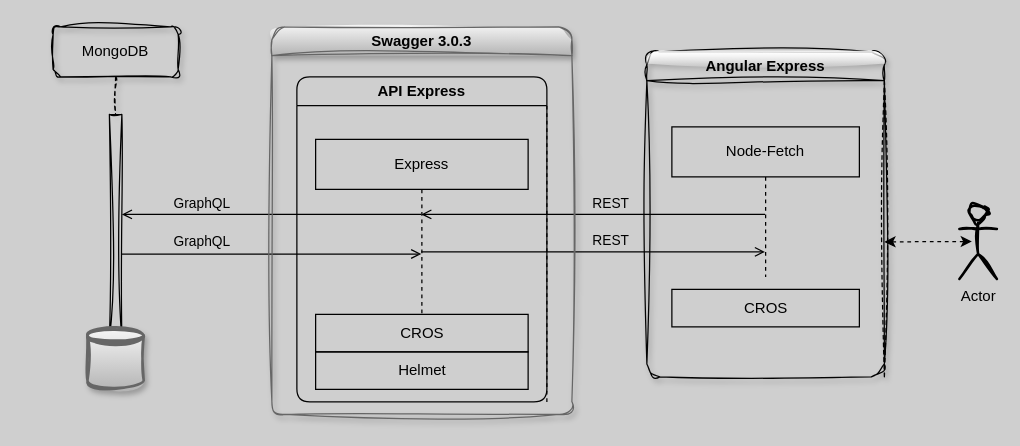
This is assets/architecture.drawio from karol-preiskorn/3d-inventory-api, a draw.io file, before an edit. Source tidied: cells renumbered, new cells numbered last; positions are measured from the earlier drawing's top-left corner, leaving out a move shared by most shapes. Both pictures are drawn from the tidied source at 125%, with x=0, y=0 at pixel (52, 26).
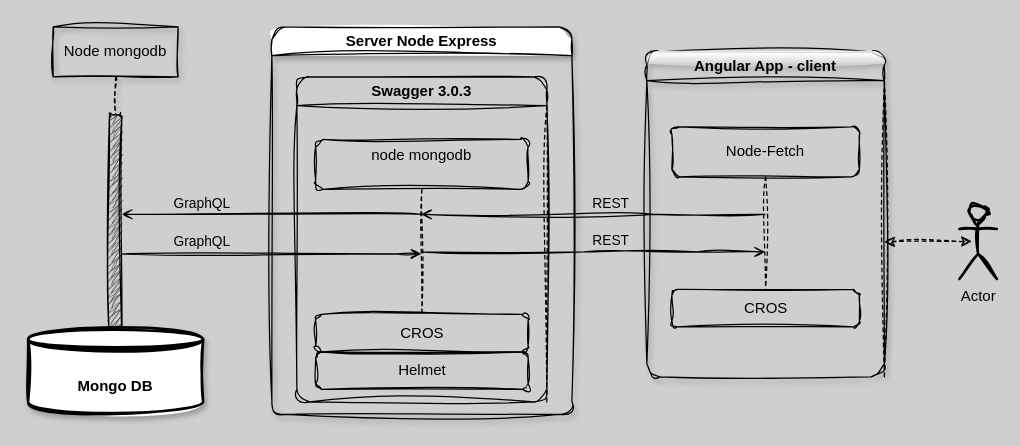
After the change.

Diff of the diagram source:
```diff
@@
-    <mxCell id="2" value="&lt;div&gt;MongoDB&lt;/div&gt;" style="shape=umlLifeline;perimeter=lifelinePerimeter;whiteSpace=wrap;html=1;newEdgeStyle={&quot;edgeStyle&quot;:&quot;elbowEdgeStyle&quot;,&quot;elbow&quot;:&quot;vertical&quot;,&quot;curved&quot;:0,&quot;rounded&quot;:0};labelBorderColor=none;labelBackgroundColor=none;fontColor=#000000;rounded=1;fillStyle=solid;fillColor=none;strokeColor=#000000;glass=1;sketch=1;curveFitting=1;jiggle=2;shadow=1;" parent="1" vertex="1">
+    <mxCell id="2" value="&lt;div&gt;Node mongodb&lt;/div&gt;" style="shape=umlLifeline;perimeter=lifelinePerimeter;whiteSpace=wrap;html=1;newEdgeStyle={&quot;edgeStyle&quot;:&quot;elbowEdgeStyle&quot;,&quot;elbow&quot;:&quot;vertical&quot;,&quot;curved&quot;:0,&quot;rounded&quot;:0};labelBorderColor=none;labelBackgroundColor=none;rounded=0;fillStyle=solid;fillColor=none;glass=1;shadow=1;sketch=1;curveFitting=1;jiggle=2;" parent="1" vertex="1">
       <mxGeometry width="100" height="70" as="geometry" />
     </mxCell>
-    <mxCell id="3" style="html=1;points=[];perimeter=orthogonalPerimeter;outlineConnect=0;targetShapes=umlLifeline;portConstraint=eastwest;newEdgeStyle={&quot;edgeStyle&quot;:&quot;elbowEdgeStyle&quot;,&quot;elbow&quot;:&quot;vertical&quot;,&quot;curved&quot;:0,&quot;rounded&quot;:0};labelBorderColor=none;labelBackgroundColor=none;fontColor=#000000;fillColor=none;strokeColor=#000000;strokeWidth=1;rounded=0;glass=0;sketch=1;curveFitting=1;jiggle=2;" parent="2" vertex="1">
+    <mxCell id="3" style="html=1;points=[];perimeter=orthogonalPerimeter;outlineConnect=0;targetShapes=umlLifeline;portConstraint=eastwest;newEdgeStyle={&quot;edgeStyle&quot;:&quot;elbowEdgeStyle&quot;,&quot;elbow&quot;:&quot;vertical&quot;,&quot;curved&quot;:0,&quot;rounded&quot;:0};labelBorderColor=none;labelBackgroundColor=none;fillColor=#4D4D4D;strokeWidth=1;rounded=1;glass=0;sketch=1;curveFitting=1;jiggle=2;gradientColor=none;fillStyle=zigzag;" parent="2" vertex="1">
       <mxGeometry x="45" y="70" width="10" height="180" as="geometry" />
     </mxCell>
-    <mxCell id="4" value="API Express" style="swimlane;whiteSpace=wrap;html=1;rounded=1;shadow=0;labelBorderColor=none;labelBackgroundColor=none;fontColor=#000000;separatorColor=#000000;fillColor=none;strokeColor=#030303;" parent="1" vertex="1">
-      <mxGeometry x="195" y="40" width="200" height="260" as="geometry" />
-    </mxCell>
-    <mxCell id="5" style="endArrow=open;html=1;endFill=0;shadow=0;startArrow=none;startFill=0;strokeColor=#000000;strokeWidth=1;rounded=0;labelBorderColor=none;labelBackgroundColor=none;fontColor=#000000;" parent="1" edge="1" source="3" target="19">
+    <mxCell id="5" style="endArrow=open;html=1;endFill=0;shadow=0;startArrow=none;startFill=0;strokeWidth=1;rounded=0;labelBorderColor=none;labelBackgroundColor=none;fontColor=default;sketch=1;curveFitting=1;jiggle=2;" parent="1" edge="1" source="3" target="19">
       <mxGeometry relative="1" as="geometry">
         <Array as="points">
           <mxPoint x="275.5" y="181.7" />
         </Array>
       </mxGeometry>
     </mxCell>
-    <mxCell id="6" value="GraphQL" style="edgeLabel;html=1;align=center;verticalAlign=middle;labelBorderColor=none;labelBackgroundColor=none;fontColor=#000000;" parent="5" vertex="1">
+    <mxCell id="6" value="GraphQL" style="edgeLabel;html=1;align=center;verticalAlign=middle;labelBorderColor=none;labelBackgroundColor=none;rounded=0;sketch=1;curveFitting=1;jiggle=2;" parent="5" vertex="1">
       <mxGeometry x="-0.61" y="2" relative="1" as="geometry">
         <mxPoint x="16" y="-8" as="offset" />
       </mxGeometry>
     </mxCell>
-    <mxCell id="7" value="Actor" style="shape=umlActor;verticalLabelPosition=bottom;verticalAlign=top;html=1;labelBorderColor=none;labelBackgroundColor=none;fontColor=#000000;strokeColor=#000000;fillColor=none;sketch=1;curveFitting=1;jiggle=2;strokeWidth=2;" parent="1" vertex="1">
+    <mxCell id="7" value="Actor" style="shape=umlActor;verticalLabelPosition=bottom;verticalAlign=top;html=1;labelBorderColor=none;labelBackgroundColor=none;fillColor=none;strokeWidth=2;rounded=0;sketch=1;curveFitting=1;jiggle=2;" parent="1" vertex="1">
       <mxGeometry x="725" y="141.7" width="30" height="60" as="geometry" />
     </mxCell>
-    <mxCell id="8" style="endArrow=none;html=1;endFill=0;curved=1;shadow=0;startArrow=open;startFill=0;strokeColor=#000000;strokeWidth=1;labelBorderColor=none;labelBackgroundColor=none;fontColor=#000000;" parent="1" edge="1" source="3" target="19">
+    <mxCell id="8" style="endArrow=none;html=1;endFill=0;curved=1;shadow=0;startArrow=open;startFill=0;strokeWidth=1;labelBorderColor=none;labelBackgroundColor=none;fontColor=default;rounded=0;sketch=1;curveFitting=1;jiggle=2;" parent="1" edge="1" source="3" target="19">
       <mxGeometry relative="1" as="geometry">
         <Array as="points">
           <mxPoint x="275" y="150" />
         </Array>
       </mxGeometry>
     </mxCell>
-    <mxCell id="9" value="GraphQL" style="edgeLabel;html=1;align=center;verticalAlign=middle;labelBorderColor=none;labelBackgroundColor=none;fontColor=#000000;" parent="8" vertex="1">
+    <mxCell id="9" value="GraphQL" style="edgeLabel;html=1;align=center;verticalAlign=middle;labelBorderColor=none;labelBackgroundColor=none;rounded=0;sketch=1;curveFitting=1;jiggle=2;" parent="8" vertex="1">
       <mxGeometry x="-0.61" y="2" relative="1" as="geometry">
         <mxPoint x="16" y="-8" as="offset" />
       </mxGeometry>
     </mxCell>
-    <mxCell id="10" style="endArrow=none;html=1;endFill=0;curved=1;shadow=0;startArrow=open;startFill=0;strokeColor=#000000;strokeWidth=1;labelBorderColor=none;labelBackgroundColor=none;fontColor=#000000;" parent="1" edge="1" source="19" target="16">
+    <mxCell id="10" style="endArrow=none;html=1;endFill=0;curved=1;shadow=0;startArrow=open;startFill=0;strokeWidth=1;labelBorderColor=none;labelBackgroundColor=none;fontColor=default;rounded=0;sketch=1;curveFitting=1;jiggle=2;" parent="1" edge="1" source="19" target="16">
       <mxGeometry relative="1" as="geometry">
         <Array as="points">
           <mxPoint x="435" y="150" />
           <mxPoint x="525" y="150" />
         </Array>
       </mxGeometry>
     </mxCell>
-    <mxCell id="11" value="REST" style="edgeLabel;html=1;align=center;verticalAlign=middle;labelBorderColor=none;labelBackgroundColor=none;fontColor=#000000;" parent="10" vertex="1">
+    <mxCell id="11" value="REST" style="edgeLabel;html=1;align=center;verticalAlign=middle;labelBorderColor=none;labelBackgroundColor=none;rounded=0;sketch=1;curveFitting=1;jiggle=2;" parent="10" vertex="1">
       <mxGeometry x="-0.61" y="2" relative="1" as="geometry">
         <mxPoint x="97" y="-8" as="offset" />
       </mxGeometry>
     </mxCell>
-    <mxCell id="12" style="endArrow=open;html=1;endFill=0;shadow=0;startArrow=none;startFill=0;strokeColor=#000000;strokeWidth=1;rounded=0;labelBorderColor=none;labelBackgroundColor=none;fontColor=#000000;" parent="1" edge="1" source="19" target="16">
+    <mxCell id="12" style="endArrow=open;html=1;endFill=0;shadow=0;startArrow=none;startFill=0;strokeWidth=1;rounded=0;labelBorderColor=none;labelBackgroundColor=none;fontColor=default;sketch=1;curveFitting=1;jiggle=2;" parent="1" edge="1" source="19" target="16">
       <mxGeometry relative="1" as="geometry">
         <Array as="points">
           <mxPoint x="425" y="180" />
           <mxPoint x="515" y="180" />
         </Array>
       </mxGeometry>
     </mxCell>
-    <mxCell id="13" value="REST" style="edgeLabel;html=1;align=center;verticalAlign=middle;labelBorderColor=none;labelBackgroundColor=none;fontColor=#000000;" parent="12" vertex="1">
+    <mxCell id="13" value="REST" style="edgeLabel;html=1;align=center;verticalAlign=middle;labelBorderColor=none;labelBackgroundColor=none;rounded=0;sketch=1;curveFitting=1;jiggle=2;" parent="12" vertex="1">
       <mxGeometry x="-0.61" y="2" relative="1" as="geometry">
         <mxPoint x="97" y="-8" as="offset" />
       </mxGeometry>
     </mxCell>
-    <mxCell id="14" style="endArrow=classic;startArrow=classic;html=1;rounded=0;dashed=1;strokeWidth=1;labelBorderColor=none;labelBackgroundColor=none;fontColor=#000000;strokeColor=#000000;" parent="1" edge="1">
+    <mxCell id="14" style="endArrow=classic;startArrow=classic;html=1;rounded=0;dashed=1;strokeWidth=1;labelBorderColor=none;labelBackgroundColor=none;fontColor=default;sketch=1;curveFitting=1;jiggle=2;" parent="1" edge="1">
       <mxGeometry relative="1" as="geometry">
         <mxPoint x="665" y="172" as="sourcePoint" />
         <mxPoint x="735" y="171.7" as="targetPoint" />
       </mxGeometry>
     </mxCell>
-    <mxCell id="15" value="Angular Express" style="swimlane;whiteSpace=wrap;html=1;rounded=1;shadow=1;labelBorderColor=none;labelBackgroundColor=none;fontColor=#000000;separatorColor=#000000;fillColor=none;strokeColor=#030303;sketch=1;curveFitting=1;jiggle=2;glass=1;" parent="1" vertex="1">
+    <mxCell id="15" value="Angular App - client" style="swimlane;whiteSpace=wrap;html=1;rounded=1;shadow=1;labelBorderColor=none;labelBackgroundColor=none;separatorColor=#000000;fillColor=none;glass=1;sketch=1;curveFitting=1;jiggle=2;" parent="1" vertex="1">
       <mxGeometry x="475" y="20" width="190" height="260" as="geometry" />
     </mxCell>
-    <mxCell id="16" value="Node-Fetch" style="shape=umlLifeline;perimeter=lifelinePerimeter;whiteSpace=wrap;html=1;outlineConnect=0;portConstraint=eastwest;newEdgeStyle={&quot;edgeStyle&quot;:&quot;elbowEdgeStyle&quot;,&quot;elbow&quot;:&quot;vertical&quot;,&quot;curved&quot;:0,&quot;rounded&quot;:0};labelBorderColor=none;labelBackgroundColor=none;fontColor=#000000;strokeColor=#000000;fillColor=none;" parent="15" vertex="1">
-      <mxGeometry x="20" y="60" width="150" height="120" as="geometry" />
+    <mxCell id="16" value="Node-Fetch" style="shape=umlLifeline;perimeter=lifelinePerimeter;whiteSpace=wrap;html=1;outlineConnect=0;portConstraint=eastwest;newEdgeStyle={&quot;edgeStyle&quot;:&quot;elbowEdgeStyle&quot;,&quot;elbow&quot;:&quot;vertical&quot;,&quot;curved&quot;:0,&quot;rounded&quot;:0};labelBorderColor=none;labelBackgroundColor=none;fillColor=none;rounded=1;sketch=1;curveFitting=1;jiggle=2;" parent="15" vertex="1">
+      <mxGeometry x="20" y="60" width="150" height="130" as="geometry" />
     </mxCell>
-    <mxCell id="17" value="CROS" style="html=1;perimeter=orthogonalPerimeter;targetShapes=umlLifeline;newEdgeStyle={&quot;edgeStyle&quot;:&quot;elbowEdgeStyle&quot;,&quot;elbow&quot;:&quot;vertical&quot;,&quot;curved&quot;:0,&quot;rounded&quot;:0};labelBorderColor=none;labelBackgroundColor=none;fontColor=#000000;fillStyle=solid;strokeColor=#000000;fillColor=none;" parent="15" vertex="1">
+    <mxCell id="17" value="CROS" style="html=1;perimeter=orthogonalPerimeter;targetShapes=umlLifeline;newEdgeStyle={&quot;edgeStyle&quot;:&quot;elbowEdgeStyle&quot;,&quot;elbow&quot;:&quot;vertical&quot;,&quot;curved&quot;:0,&quot;rounded&quot;:0};labelBorderColor=none;labelBackgroundColor=none;fillStyle=solid;fillColor=none;rounded=1;sketch=1;curveFitting=1;jiggle=2;" parent="15" vertex="1">
       <mxGeometry x="20" y="190" width="150" height="30" as="geometry" />
     </mxCell>
-    <mxCell id="18" value="&lt;font color=&quot;#000000&quot;&gt;Swagger 3.0.3&lt;/font&gt;" style="swimlane;whiteSpace=wrap;html=1;fillColor=#f5f5f5;strokeColor=#666666;rounded=1;sketch=1;curveFitting=1;jiggle=2;shadow=1;glass=0;swimlaneFillColor=none;gradientColor=#b3b3b3;" parent="1" vertex="1">
+    <mxCell id="18" value="Server Node Express" style="swimlane;whiteSpace=wrap;html=1;rounded=1;shadow=1;glass=0;swimlaneFillColor=none;labelBackgroundColor=none;sketch=1;curveFitting=1;jiggle=2;" parent="1" vertex="1">
       <mxGeometry x="175" width="240" height="310" as="geometry" />
     </mxCell>
-    <mxCell id="19" value="Express" style="shape=umlLifeline;perimeter=lifelinePerimeter;whiteSpace=wrap;html=1;outlineConnect=0;portConstraint=eastwest;newEdgeStyle={&quot;edgeStyle&quot;:&quot;elbowEdgeStyle&quot;,&quot;elbow&quot;:&quot;vertical&quot;,&quot;curved&quot;:0,&quot;rounded&quot;:0};labelBorderColor=none;labelBackgroundColor=none;fontColor=#000000;strokeColor=#000000;fillColor=none;" parent="18" vertex="1">
+    <mxCell id="19" value="&lt;div&gt;node mongodb&lt;/div&gt;&lt;div&gt;&lt;br&gt;&lt;/div&gt;" style="shape=umlLifeline;perimeter=lifelinePerimeter;whiteSpace=wrap;html=1;outlineConnect=0;portConstraint=eastwest;newEdgeStyle={&quot;edgeStyle&quot;:&quot;elbowEdgeStyle&quot;,&quot;elbow&quot;:&quot;vertical&quot;,&quot;curved&quot;:0,&quot;rounded&quot;:0};labelBorderColor=none;labelBackgroundColor=none;fillColor=none;rounded=1;sketch=1;curveFitting=1;jiggle=2;" parent="18" vertex="1">
       <mxGeometry x="35" y="90" width="170" height="140" as="geometry" />
     </mxCell>
-    <mxCell id="20" value="CROS" style="html=1;perimeter=orthogonalPerimeter;targetShapes=umlLifeline;newEdgeStyle={&quot;edgeStyle&quot;:&quot;elbowEdgeStyle&quot;,&quot;elbow&quot;:&quot;vertical&quot;,&quot;curved&quot;:0,&quot;rounded&quot;:0};labelBorderColor=none;labelBackgroundColor=none;fontColor=#000000;fillStyle=solid;strokeColor=#000000;fillColor=none;" parent="19" vertex="1">
+    <mxCell id="20" value="CROS" style="html=1;perimeter=orthogonalPerimeter;targetShapes=umlLifeline;newEdgeStyle={&quot;edgeStyle&quot;:&quot;elbowEdgeStyle&quot;,&quot;elbow&quot;:&quot;vertical&quot;,&quot;curved&quot;:0,&quot;rounded&quot;:0};labelBorderColor=none;labelBackgroundColor=none;fillStyle=solid;fillColor=none;rounded=1;sketch=1;curveFitting=1;jiggle=2;" parent="19" vertex="1">
       <mxGeometry y="140" width="170" height="30" as="geometry" />
     </mxCell>
-    <mxCell id="21" value="Helmet" style="html=1;perimeter=orthogonalPerimeter;targetShapes=umlLifeline;newEdgeStyle={&quot;edgeStyle&quot;:&quot;elbowEdgeStyle&quot;,&quot;elbow&quot;:&quot;vertical&quot;,&quot;curved&quot;:0,&quot;rounded&quot;:0};labelBorderColor=none;labelBackgroundColor=none;fontColor=#000000;fillStyle=solid;strokeColor=#000000;fillColor=none;" parent="18" vertex="1">
+    <mxCell id="21" value="Helmet" style="html=1;perimeter=orthogonalPerimeter;targetShapes=umlLifeline;newEdgeStyle={&quot;edgeStyle&quot;:&quot;elbowEdgeStyle&quot;,&quot;elbow&quot;:&quot;vertical&quot;,&quot;curved&quot;:0,&quot;rounded&quot;:0};labelBorderColor=none;labelBackgroundColor=none;fillStyle=solid;fillColor=none;rounded=1;sketch=1;curveFitting=1;jiggle=2;" parent="18" vertex="1">
       <mxGeometry x="35" y="260" width="170" height="30" as="geometry" />
     </mxCell>
+    <mxCell id="4" value="&lt;font color=&quot;#000000&quot;&gt;Swagger 3.0.3&lt;/font&gt;" style="swimlane;whiteSpace=wrap;html=1;rounded=1;shadow=0;labelBorderColor=none;labelBackgroundColor=none;separatorColor=#000000;fillColor=none;sketch=1;curveFitting=1;jiggle=2;" parent="18" vertex="1">
+      <mxGeometry x="20" y="40" width="200" height="260" as="geometry" />
+    </mxCell>
-    <mxCell id="22" style="shape=datastore;whiteSpace=wrap;html=1;sketch=1;curveFitting=1;jiggle=2;shadow=1;fillColor=#f5f5f5;gradientColor=#b3b3b3;strokeColor=#666666;strokeWidth=2;" parent="1" vertex="1">
-      <mxGeometry x="27.5" y="240" width="45" height="50" as="geometry" />
+    <mxCell id="22" value="&lt;b&gt;Mongo DB&lt;/b&gt;" style="shape=datastore;whiteSpace=wrap;html=1;shadow=1;strokeWidth=2;labelBackgroundColor=none;rounded=0;sketch=1;curveFitting=1;jiggle=2;gradientColor=none;fillStyle=auto;" parent="1" vertex="1">
+      <mxGeometry x="-20" y="240" width="140" height="70" as="geometry" />
     </mxCell>
```
